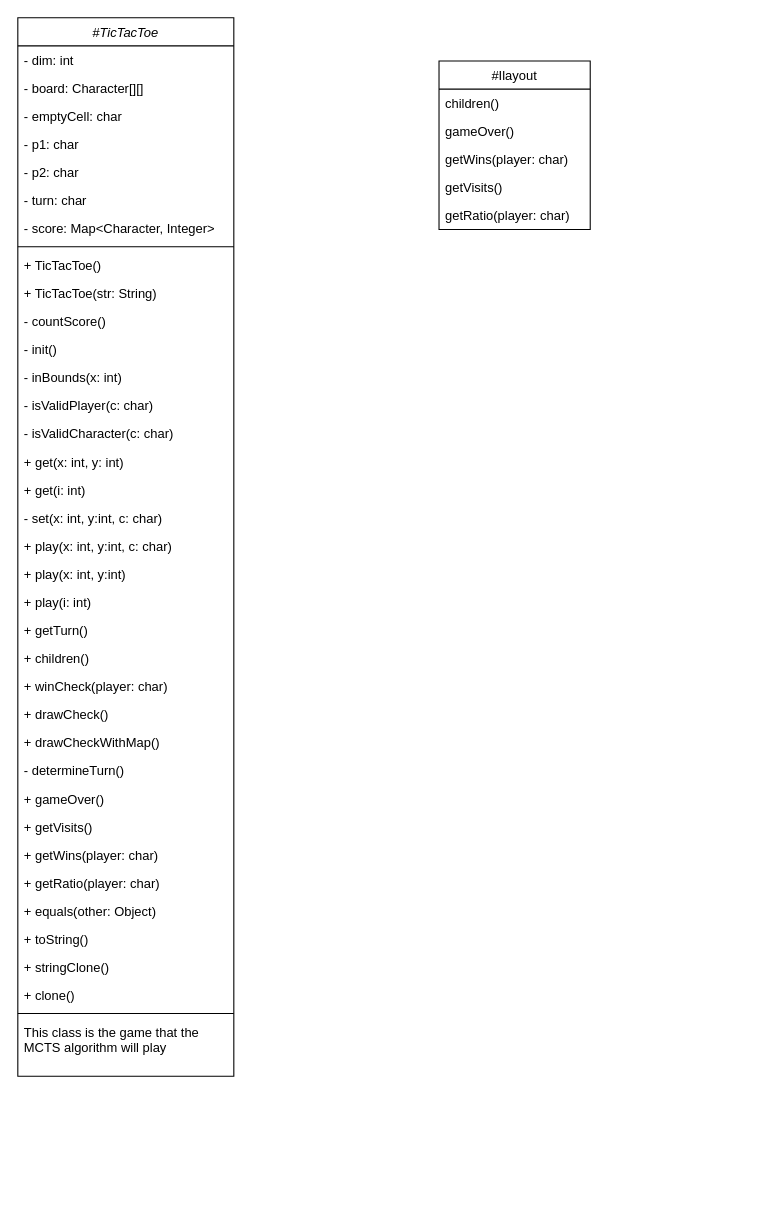
This is MCTS/src/uml.drawio from Dumiii/MCTS, a draw.io file, before an edit. Source tidied: cells renumbered, new cells numbered last; positions are measured from the earlier drawing's top-left corner, leaving out a move shared by most shapes. Both pictures are drawn from the tidied source at 108%, with x=0, y=0 at pixel (17, 17).
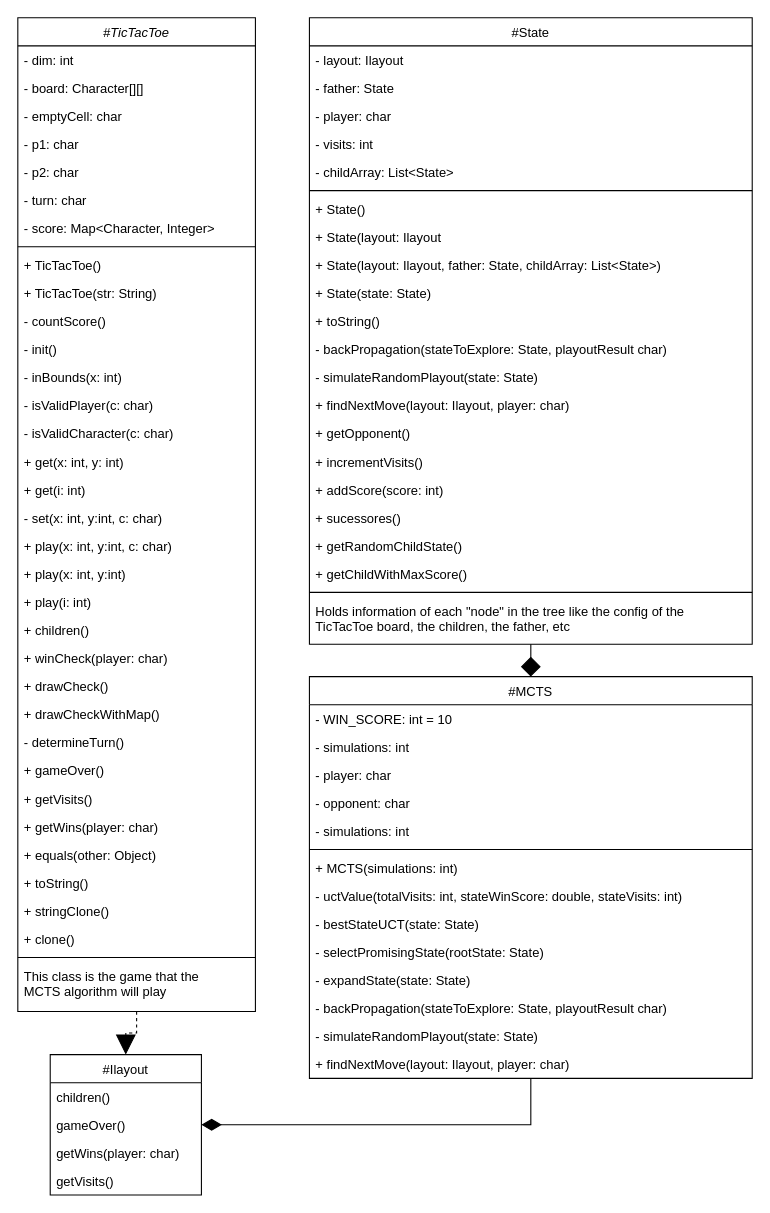
Above is the later version.

What changed in the source:
```diff
@@
     <mxCell id="2" value="#TicTacToe" style="swimlane;fontStyle=2;align=center;verticalAlign=top;horizontal=1;startSize=26;rounded=0;shadow=0;strokeWidth=1;" parent="1" vertex="1">
-      <mxGeometry width="200" height="980" as="geometry" />
+      <mxGeometry width="220" height="920" as="geometry" />
     </mxCell>
     <mxCell id="3" value="- dim: int" style="text;align=left;verticalAlign=top;spacingLeft=4;spacingRight=4;overflow=hidden;" parent="2" vertex="1">
-      <mxGeometry y="26" width="200" height="26" as="geometry" />
+      <mxGeometry y="26" width="220" height="26" as="geometry" />
     </mxCell>
     <mxCell id="4" value="- board: Character[][]" style="text;align=left;verticalAlign=top;spacingLeft=4;spacingRight=4;overflow=hidden;rounded=0;shadow=0;html=0;" parent="2" vertex="1">
-      <mxGeometry y="52" width="200" height="26" as="geometry" />
+      <mxGeometry y="52" width="220" height="26" as="geometry" />
     </mxCell>
     <mxCell id="5" value="- emptyCell: char" style="text;align=left;verticalAlign=top;spacingLeft=4;spacingRight=4;overflow=hidden;rounded=0;shadow=0;html=0;" parent="2" vertex="1">
-      <mxGeometry y="78" width="200" height="26" as="geometry" />
+      <mxGeometry y="78" width="220" height="26" as="geometry" />
     </mxCell>
     <mxCell id="6" value="- p1: char" style="text;align=left;verticalAlign=top;spacingLeft=4;spacingRight=4;overflow=hidden;rounded=0;shadow=0;html=0;" parent="2" vertex="1">
-      <mxGeometry y="104" width="200" height="26" as="geometry" />
+      <mxGeometry y="104" width="220" height="26" as="geometry" />
     </mxCell>
     <mxCell id="7" value="- p2: char&#10;" style="text;align=left;verticalAlign=top;spacingLeft=4;spacingRight=4;overflow=hidden;rounded=0;shadow=0;html=0;" parent="2" vertex="1">
-      <mxGeometry y="130" width="200" height="26" as="geometry" />
+      <mxGeometry y="130" width="220" height="26" as="geometry" />
     </mxCell>
     <mxCell id="8" value="- turn: char" style="text;align=left;verticalAlign=top;spacingLeft=4;spacingRight=4;overflow=hidden;rounded=0;shadow=0;html=0;" parent="2" vertex="1">
-      <mxGeometry y="156" width="200" height="26" as="geometry" />
+      <mxGeometry y="156" width="220" height="26" as="geometry" />
     </mxCell>
     <mxCell id="9" value="- score: Map&lt;Character, Integer&gt;" style="text;align=left;verticalAlign=top;spacingLeft=4;spacingRight=4;overflow=hidden;rounded=0;shadow=0;html=0;" parent="2" vertex="1">
-      <mxGeometry y="182" width="200" height="26" as="geometry" />
+      <mxGeometry y="182" width="220" height="26" as="geometry" />
     </mxCell>
     <mxCell id="10" style="line;html=1;strokeWidth=1;align=left;verticalAlign=middle;spacingTop=-1;spacingLeft=3;spacingRight=3;labelPosition=right;" parent="2" vertex="1">
-      <mxGeometry y="208" width="200" height="8" as="geometry" />
+      <mxGeometry y="208" width="220" height="8" as="geometry" />
     </mxCell>
     <mxCell id="11" value="+ TicTacToe()" style="text;align=left;verticalAlign=top;spacingLeft=4;spacingRight=4;overflow=hidden;" parent="2" vertex="1">
-      <mxGeometry y="216" width="200" height="26" as="geometry" />
+      <mxGeometry y="216" width="220" height="26" as="geometry" />
     </mxCell>
     <mxCell id="12" value="+ TicTacToe(str: String)" style="text;align=left;verticalAlign=top;spacingLeft=4;spacingRight=4;overflow=hidden;" parent="2" vertex="1">
-      <mxGeometry y="242" width="200" height="26" as="geometry" />
+      <mxGeometry y="242" width="220" height="26" as="geometry" />
     </mxCell>
     <mxCell id="13" value="- countScore()" style="text;align=left;verticalAlign=top;spacingLeft=4;spacingRight=4;overflow=hidden;" parent="2" vertex="1">
-      <mxGeometry y="268" width="200" height="26" as="geometry" />
+      <mxGeometry y="268" width="220" height="26" as="geometry" />
     </mxCell>
     <mxCell id="14" value="- init()" style="text;align=left;verticalAlign=top;spacingLeft=4;spacingRight=4;overflow=hidden;" parent="2" vertex="1">
-      <mxGeometry y="294" width="200" height="26" as="geometry" />
+      <mxGeometry y="294" width="220" height="26" as="geometry" />
     </mxCell>
     <mxCell id="15" value="- inBounds(x: int)" style="text;align=left;verticalAlign=top;spacingLeft=4;spacingRight=4;overflow=hidden;" parent="2" vertex="1">
-      <mxGeometry y="320" width="200" height="26" as="geometry" />
+      <mxGeometry y="320" width="220" height="26" as="geometry" />
     </mxCell>
     <mxCell id="16" value="- isValidPlayer(c: char)" style="text;align=left;verticalAlign=top;spacingLeft=4;spacingRight=4;overflow=hidden;" parent="2" vertex="1">
-      <mxGeometry y="346" width="200" height="26" as="geometry" />
+      <mxGeometry y="346" width="220" height="26" as="geometry" />
     </mxCell>
     <mxCell id="17" value="- isValidCharacter(c: char)" style="text;align=left;verticalAlign=top;spacingLeft=4;spacingRight=4;overflow=hidden;" parent="2" vertex="1">
-      <mxGeometry y="372" width="200" height="26" as="geometry" />
+      <mxGeometry y="372" width="220" height="26" as="geometry" />
     </mxCell>
     <mxCell id="18" value="+ get(x: int, y: int)" style="text;align=left;verticalAlign=top;spacingLeft=4;spacingRight=4;overflow=hidden;" parent="2" vertex="1">
-      <mxGeometry y="398" width="200" height="26" as="geometry" />
+      <mxGeometry y="398" width="220" height="26" as="geometry" />
     </mxCell>
     <mxCell id="19" value="+ get(i: int)" style="text;align=left;verticalAlign=top;spacingLeft=4;spacingRight=4;overflow=hidden;" parent="2" vertex="1">
-      <mxGeometry y="424" width="200" height="26" as="geometry" />
+      <mxGeometry y="424" width="220" height="26" as="geometry" />
     </mxCell>
     <mxCell id="20" value="- set(x: int, y:int, c: char)" style="text;align=left;verticalAlign=top;spacingLeft=4;spacingRight=4;overflow=hidden;" parent="2" vertex="1">
-      <mxGeometry y="450" width="200" height="26" as="geometry" />
+      <mxGeometry y="450" width="220" height="26" as="geometry" />
     </mxCell>
     <mxCell id="21" value="+ play(x: int, y:int, c: char)" style="text;align=left;verticalAlign=top;spacingLeft=4;spacingRight=4;overflow=hidden;" parent="2" vertex="1">
-      <mxGeometry y="476" width="200" height="26" as="geometry" />
+      <mxGeometry y="476" width="220" height="26" as="geometry" />
     </mxCell>
     <mxCell id="22" value="+ play(x: int, y:int)" style="text;align=left;verticalAlign=top;spacingLeft=4;spacingRight=4;overflow=hidden;" parent="2" vertex="1">
-      <mxGeometry y="502" width="200" height="26" as="geometry" />
+      <mxGeometry y="502" width="220" height="26" as="geometry" />
     </mxCell>
     <mxCell id="23" value="+ play(i: int)" style="text;align=left;verticalAlign=top;spacingLeft=4;spacingRight=4;overflow=hidden;" parent="2" vertex="1">
-      <mxGeometry y="528" width="200" height="26" as="geometry" />
+      <mxGeometry y="528" width="220" height="26" as="geometry" />
     </mxCell>
-    <mxCell id="24" value="+ getTurn()" style="text;align=left;verticalAlign=top;spacingLeft=4;spacingRight=4;overflow=hidden;" parent="2" vertex="1">
-      <mxGeometry y="554" width="200" height="26" as="geometry" />
-    </mxCell>
     <mxCell id="25" value="+ children()" style="text;align=left;verticalAlign=top;spacingLeft=4;spacingRight=4;overflow=hidden;" parent="2" vertex="1">
-      <mxGeometry y="580" width="200" height="26" as="geometry" />
+      <mxGeometry y="554" width="220" height="26" as="geometry" />
     </mxCell>
     <mxCell id="26" value="+ winCheck(player: char)" style="text;align=left;verticalAlign=top;spacingLeft=4;spacingRight=4;overflow=hidden;" parent="2" vertex="1">
-      <mxGeometry y="606" width="200" height="26" as="geometry" />
+      <mxGeometry y="580" width="220" height="26" as="geometry" />
     </mxCell>
     <mxCell id="27" value="+ drawCheck()" style="text;align=left;verticalAlign=top;spacingLeft=4;spacingRight=4;overflow=hidden;" parent="2" vertex="1">
-      <mxGeometry y="632" width="200" height="26" as="geometry" />
+      <mxGeometry y="606" width="220" height="26" as="geometry" />
     </mxCell>
     <mxCell id="28" value="+ drawCheckWithMap()" style="text;align=left;verticalAlign=top;spacingLeft=4;spacingRight=4;overflow=hidden;" parent="2" vertex="1">
-      <mxGeometry y="658" width="200" height="26" as="geometry" />
+      <mxGeometry y="632" width="220" height="26" as="geometry" />
     </mxCell>
     <mxCell id="29" value="- determineTurn()" style="text;align=left;verticalAlign=top;spacingLeft=4;spacingRight=4;overflow=hidden;" parent="2" vertex="1">
-      <mxGeometry y="684" width="200" height="26" as="geometry" />
+      <mxGeometry y="658" width="220" height="26" as="geometry" />
     </mxCell>
     <mxCell id="30" value="+ gameOver()" style="text;align=left;verticalAlign=top;spacingLeft=4;spacingRight=4;overflow=hidden;" parent="2" vertex="1">
-      <mxGeometry y="710" width="200" height="26" as="geometry" />
+      <mxGeometry y="684" width="220" height="26" as="geometry" />
     </mxCell>
     <mxCell id="31" value="+ getVisits()" style="text;align=left;verticalAlign=top;spacingLeft=4;spacingRight=4;overflow=hidden;" parent="2" vertex="1">
-      <mxGeometry y="736" width="200" height="26" as="geometry" />
+      <mxGeometry y="710" width="220" height="26" as="geometry" />
     </mxCell>
     <mxCell id="32" value="+ getWins(player: char)" style="text;align=left;verticalAlign=top;spacingLeft=4;spacingRight=4;overflow=hidden;" parent="2" vertex="1">
-      <mxGeometry y="762" width="200" height="26" as="geometry" />
+      <mxGeometry y="736" width="220" height="26" as="geometry" />
     </mxCell>
-    <mxCell id="33" value="+ getRatio(player: char)" style="text;align=left;verticalAlign=top;spacingLeft=4;spacingRight=4;overflow=hidden;" parent="2" vertex="1">
-      <mxGeometry y="788" width="200" height="26" as="geometry" />
-    </mxCell>
     <mxCell id="34" value="+ equals(other: Object)" style="text;align=left;verticalAlign=top;spacingLeft=4;spacingRight=4;overflow=hidden;" parent="2" vertex="1">
-      <mxGeometry y="814" width="200" height="26" as="geometry" />
+      <mxGeometry y="762" width="220" height="26" as="geometry" />
     </mxCell>
     <mxCell id="35" value="+ toString()" style="text;align=left;verticalAlign=top;spacingLeft=4;spacingRight=4;overflow=hidden;" parent="2" vertex="1">
-      <mxGeometry y="840" width="200" height="26" as="geometry" />
+      <mxGeometry y="788" width="220" height="26" as="geometry" />
     </mxCell>
     <mxCell id="36" value="+ stringClone()" style="text;align=left;verticalAlign=top;spacingLeft=4;spacingRight=4;overflow=hidden;" parent="2" vertex="1">
-      <mxGeometry y="866" width="200" height="26" as="geometry" />
+      <mxGeometry y="814" width="220" height="26" as="geometry" />
     </mxCell>
     <mxCell id="37" value="+ clone()" style="text;align=left;verticalAlign=top;spacingLeft=4;spacingRight=4;overflow=hidden;" parent="2" vertex="1">
-      <mxGeometry y="892" width="200" height="26" as="geometry" />
+      <mxGeometry y="840" width="220" height="26" as="geometry" />
     </mxCell>
     <mxCell id="38" style="line;html=1;strokeWidth=1;align=left;verticalAlign=middle;spacingTop=-1;spacingLeft=3;spacingRight=3;labelPosition=right;" parent="2" vertex="1">
-      <mxGeometry y="918" width="200" height="8" as="geometry" />
+      <mxGeometry y="866" width="220" height="8" as="geometry" />
     </mxCell>
     <mxCell id="39" value="This class is the game that the &#10;MCTS algorithm will play" style="text;align=left;verticalAlign=top;spacingLeft=4;spacingRight=4;overflow=hidden;" parent="2" vertex="1">
-      <mxGeometry y="926" width="200" height="54" as="geometry" />
+      <mxGeometry y="874" width="220" height="36" as="geometry" />
     </mxCell>
-    <mxCell id="40" value="#Ilayout" style="swimlane;fontStyle=0;horizontal=1;startSize=26;fillColor=none;" parent="1" vertex="1">
-      <mxGeometry x="390" y="40" width="140" height="156" as="geometry" />
+    <mxCell id="40" value="#Ilayout" style="swimlane;fontStyle=0;horizontal=1;startSize=26;" parent="1" vertex="1">
+      <mxGeometry x="30" y="960" width="140" height="130" as="geometry" />
     </mxCell>
@@
-    <mxCell id="45" value="getRatio(player: char)" style="text;strokeColor=none;fillColor=none;align=left;verticalAlign=top;spacingLeft=4;spacingRight=4;overflow=hidden;" parent="40" vertex="1">
-      <mxGeometry y="130" width="140" height="26" as="geometry" />
-    </mxCell>
+    <mxCell id="46" style="endArrow=block;html=1;edgeStyle=elbowEdgeStyle;dashed=1;endSize=16;endFill=1;rounded=0;elbow=vertical;exitX=0.5;exitY=1;exitDx=0;exitDy=0;entryX=0.5;entryY=0;entryDx=0;entryDy=0;" parent="1" edge="1" source="2" target="40">
+      <mxGeometry relative="1" as="geometry" />
+    </mxCell>
+    <mxCell id="47" value="#MCTS" style="swimlane;fontStyle=0;horizontal=1;startSize=26;" parent="1" vertex="1">
+      <mxGeometry x="270" y="610" width="410" height="372" as="geometry" />
+    </mxCell>
+    <mxCell id="48" value="- WIN_SCORE: int = 10" style="text;strokeColor=none;fillColor=none;align=left;verticalAlign=top;spacingLeft=4;spacingRight=4;overflow=hidden;" parent="47" vertex="1">
+      <mxGeometry y="26" width="410" height="26" as="geometry" />
+    </mxCell>
+    <mxCell id="49" value="- simulations: int" style="text;strokeColor=none;fillColor=none;align=left;verticalAlign=top;spacingLeft=4;spacingRight=4;overflow=hidden;" parent="47" vertex="1">
+      <mxGeometry y="52" width="410" height="26" as="geometry" />
+    </mxCell>
+    <mxCell id="50" value="- player: char" style="text;strokeColor=none;fillColor=none;align=left;verticalAlign=top;spacingLeft=4;spacingRight=4;overflow=hidden;" parent="47" vertex="1">
+      <mxGeometry y="78" width="410" height="26" as="geometry" />
+    </mxCell>
+    <mxCell id="51" value="- opponent: char" style="text;strokeColor=none;fillColor=none;align=left;verticalAlign=top;spacingLeft=4;spacingRight=4;overflow=hidden;" parent="47" vertex="1">
+      <mxGeometry y="104" width="410" height="26" as="geometry" />
+    </mxCell>
+    <mxCell id="52" value="- simulations: int" style="text;strokeColor=none;fillColor=none;align=left;verticalAlign=top;spacingLeft=4;spacingRight=4;overflow=hidden;" parent="47" vertex="1">
+      <mxGeometry y="130" width="410" height="26" as="geometry" />
+    </mxCell>
+    <mxCell id="53" style="line;html=1;strokeWidth=1;align=left;verticalAlign=middle;spacingTop=-1;spacingLeft=3;spacingRight=3;labelPosition=right;" parent="47" vertex="1">
+      <mxGeometry y="156" width="410" height="8" as="geometry" />
+    </mxCell>
+    <mxCell id="54" value="+ MCTS(simulations: int)" style="text;strokeColor=none;fillColor=none;align=left;verticalAlign=top;spacingLeft=4;spacingRight=4;overflow=hidden;" parent="47" vertex="1">
+      <mxGeometry y="164" width="410" height="26" as="geometry" />
+    </mxCell>
+    <mxCell id="55" value="- uctValue(totalVisits: int, stateWinScore: double, stateVisits: int)" style="text;strokeColor=none;fillColor=none;align=left;verticalAlign=top;spacingLeft=4;spacingRight=4;overflow=hidden;" parent="47" vertex="1">
+      <mxGeometry y="190" width="410" height="26" as="geometry" />
+    </mxCell>
+    <mxCell id="56" value="- bestStateUCT(state: State)" style="text;strokeColor=none;fillColor=none;align=left;verticalAlign=top;spacingLeft=4;spacingRight=4;overflow=hidden;" parent="47" vertex="1">
+      <mxGeometry y="216" width="410" height="26" as="geometry" />
+    </mxCell>
+    <mxCell id="57" value="- selectPromisingState(rootState: State)" style="text;strokeColor=none;fillColor=none;align=left;verticalAlign=top;spacingLeft=4;spacingRight=4;overflow=hidden;" parent="47" vertex="1">
+      <mxGeometry y="242" width="410" height="26" as="geometry" />
+    </mxCell>
+    <mxCell id="58" value="- expandState(state: State)" style="text;strokeColor=none;fillColor=none;align=left;verticalAlign=top;spacingLeft=4;spacingRight=4;overflow=hidden;" parent="47" vertex="1">
+      <mxGeometry y="268" width="410" height="26" as="geometry" />
+    </mxCell>
+    <mxCell id="59" value="- backPropagation(stateToExplore: State, playoutResult char)" style="text;strokeColor=none;fillColor=none;align=left;verticalAlign=top;spacingLeft=4;spacingRight=4;overflow=hidden;" parent="47" vertex="1">
+      <mxGeometry y="294" width="410" height="26" as="geometry" />
+    </mxCell>
+    <mxCell id="60" value="- simulateRandomPlayout(state: State)" style="text;strokeColor=none;fillColor=none;align=left;verticalAlign=top;spacingLeft=4;spacingRight=4;overflow=hidden;" parent="47" vertex="1">
+      <mxGeometry y="320" width="410" height="26" as="geometry" />
+    </mxCell>
+    <mxCell id="61" value="+ findNextMove(layout: Ilayout, player: char)" style="text;strokeColor=none;fillColor=none;align=left;verticalAlign=top;spacingLeft=4;spacingRight=4;overflow=hidden;" parent="47" vertex="1">
+      <mxGeometry y="346" width="410" height="26" as="geometry" />
+    </mxCell>
+    <mxCell id="62" value="#State" style="swimlane;fontStyle=0;horizontal=1;startSize=26;" parent="1" vertex="1">
+      <mxGeometry x="270" width="410" height="580" as="geometry" />
+    </mxCell>
+    <mxCell id="63" value="- layout: Ilayout" style="text;strokeColor=none;fillColor=none;align=left;verticalAlign=top;spacingLeft=4;spacingRight=4;overflow=hidden;" parent="62" vertex="1">
+      <mxGeometry y="26" width="410" height="26" as="geometry" />
+    </mxCell>
+    <mxCell id="64" value="- father: State" style="text;strokeColor=none;fillColor=none;align=left;verticalAlign=top;spacingLeft=4;spacingRight=4;overflow=hidden;" parent="62" vertex="1">
+      <mxGeometry y="52" width="410" height="26" as="geometry" />
+    </mxCell>
+    <mxCell id="65" value="- player: char" style="text;strokeColor=none;fillColor=none;align=left;verticalAlign=top;spacingLeft=4;spacingRight=4;overflow=hidden;" parent="62" vertex="1">
+      <mxGeometry y="78" width="410" height="26" as="geometry" />
+    </mxCell>
+    <mxCell id="66" value="- visits: int" style="text;strokeColor=none;fillColor=none;align=left;verticalAlign=top;spacingLeft=4;spacingRight=4;overflow=hidden;" parent="62" vertex="1">
+      <mxGeometry y="104" width="410" height="26" as="geometry" />
+    </mxCell>
+    <mxCell id="67" value="- childArray: List&lt;State&gt;" style="text;strokeColor=none;fillColor=none;align=left;verticalAlign=top;spacingLeft=4;spacingRight=4;overflow=hidden;" parent="62" vertex="1">
+      <mxGeometry y="130" width="410" height="26" as="geometry" />
+    </mxCell>
+    <mxCell id="68" style="line;html=1;strokeWidth=1;align=left;verticalAlign=middle;spacingTop=-1;spacingLeft=3;spacingRight=3;labelPosition=right;" parent="62" vertex="1">
+      <mxGeometry y="156" width="410" height="8" as="geometry" />
+    </mxCell>
+    <mxCell id="69" value="+ State()" style="text;strokeColor=none;fillColor=none;align=left;verticalAlign=top;spacingLeft=4;spacingRight=4;overflow=hidden;" parent="62" vertex="1">
+      <mxGeometry y="164" width="410" height="26" as="geometry" />
+    </mxCell>
+    <mxCell id="70" value="+ State(layout: Ilayout" style="text;strokeColor=none;fillColor=none;align=left;verticalAlign=top;spacingLeft=4;spacingRight=4;overflow=hidden;" parent="62" vertex="1">
+      <mxGeometry y="190" width="410" height="26" as="geometry" />
+    </mxCell>
+    <mxCell id="71" value="+ State(layout: Ilayout, father: State, childArray: List&lt;State&gt;)" style="text;strokeColor=none;fillColor=none;align=left;verticalAlign=top;spacingLeft=4;spacingRight=4;overflow=hidden;" parent="62" vertex="1">
+      <mxGeometry y="216" width="410" height="26" as="geometry" />
+    </mxCell>
+    <mxCell id="72" value="+ State(state: State)" style="text;strokeColor=none;fillColor=none;align=left;verticalAlign=top;spacingLeft=4;spacingRight=4;overflow=hidden;" parent="62" vertex="1">
+      <mxGeometry y="242" width="410" height="26" as="geometry" />
+    </mxCell>
+    <mxCell id="73" value="+ toString()" style="text;strokeColor=none;fillColor=none;align=left;verticalAlign=top;spacingLeft=4;spacingRight=4;overflow=hidden;" parent="62" vertex="1">
+      <mxGeometry y="268" width="410" height="26" as="geometry" />
+    </mxCell>
+    <mxCell id="74" value="- backPropagation(stateToExplore: State, playoutResult char)" style="text;strokeColor=none;fillColor=none;align=left;verticalAlign=top;spacingLeft=4;spacingRight=4;overflow=hidden;" parent="62" vertex="1">
+      <mxGeometry y="294" width="410" height="26" as="geometry" />
+    </mxCell>
+    <mxCell id="75" value="- simulateRandomPlayout(state: State)" style="text;strokeColor=none;fillColor=none;align=left;verticalAlign=top;spacingLeft=4;spacingRight=4;overflow=hidden;" parent="62" vertex="1">
+      <mxGeometry y="320" width="410" height="26" as="geometry" />
+    </mxCell>
+    <mxCell id="76" value="+ findNextMove(layout: Ilayout, player: char)" style="text;strokeColor=none;fillColor=none;align=left;verticalAlign=top;spacingLeft=4;spacingRight=4;overflow=hidden;" parent="62" vertex="1">
+      <mxGeometry y="346" width="410" height="26" as="geometry" />
+    </mxCell>
+    <mxCell id="77" value="+ getOpponent()" style="text;strokeColor=none;fillColor=none;align=left;verticalAlign=top;spacingLeft=4;spacingRight=4;overflow=hidden;" parent="62" vertex="1">
+      <mxGeometry y="372" width="410" height="26" as="geometry" />
+    </mxCell>
+    <mxCell id="78" value="+ incrementVisits()" style="text;strokeColor=none;fillColor=none;align=left;verticalAlign=top;spacingLeft=4;spacingRight=4;overflow=hidden;" parent="62" vertex="1">
+      <mxGeometry y="398" width="410" height="26" as="geometry" />
+    </mxCell>
+    <mxCell id="79" value="+ addScore(score: int)" style="text;strokeColor=none;fillColor=none;align=left;verticalAlign=top;spacingLeft=4;spacingRight=4;overflow=hidden;" parent="62" vertex="1">
+      <mxGeometry y="424" width="410" height="26" as="geometry" />
+    </mxCell>
+    <mxCell id="80" value="+ sucessores()" style="text;strokeColor=none;fillColor=none;align=left;verticalAlign=top;spacingLeft=4;spacingRight=4;overflow=hidden;" parent="62" vertex="1">
+      <mxGeometry y="450" width="410" height="26" as="geometry" />
+    </mxCell>
+    <mxCell id="81" value="+ getRandomChildState()" style="text;strokeColor=none;fillColor=none;align=left;verticalAlign=top;spacingLeft=4;spacingRight=4;overflow=hidden;" parent="62" vertex="1">
+      <mxGeometry y="476" width="410" height="26" as="geometry" />
+    </mxCell>
+    <mxCell id="82" value="+ getChildWithMaxScore()" style="text;strokeColor=none;fillColor=none;align=left;verticalAlign=top;spacingLeft=4;spacingRight=4;overflow=hidden;" parent="62" vertex="1">
+      <mxGeometry y="502" width="410" height="26" as="geometry" />
+    </mxCell>
+    <mxCell id="83" style="line;html=1;strokeWidth=1;align=left;verticalAlign=middle;spacingTop=-1;spacingLeft=3;spacingRight=3;labelPosition=right;" parent="62" vertex="1">
+      <mxGeometry y="528" width="410" height="8" as="geometry" />
+    </mxCell>
+    <mxCell id="84" value="Holds information of each &quot;node&quot; in the tree like the config of the&#10;TicTacToe board, the children, the father, etc" style="text;strokeColor=none;fillColor=none;align=left;verticalAlign=top;spacingLeft=4;spacingRight=4;overflow=hidden;" parent="62" vertex="1">
+      <mxGeometry y="536" width="410" height="44" as="geometry" />
+    </mxCell>
+    <mxCell id="85" style="endArrow=diamond;html=1;edgeStyle=elbowEdgeStyle;endSize=16;endFill=1;rounded=0;entryX=0.5;entryY=0;entryDx=0;entryDy=0;exitX=0.5;exitY=1;exitDx=0;exitDy=0;elbow=vertical;" parent="1" edge="1" source="62" target="47">
+      <mxGeometry relative="1" as="geometry" />
+    </mxCell>
+    <mxCell id="86" style="endArrow=diamondThin;html=1;edgeStyle=orthogonalEdgeStyle;endSize=16;endFill=1;rounded=0;elbow=vertical;exitX=0.5;exitY=1;exitDx=0;exitDy=0;entryX=1;entryY=0.5;entryDx=0;entryDy=0;" parent="1" edge="1" source="47" target="40">
+      <mxGeometry relative="1" as="geometry" />
+    </mxCell>
```
